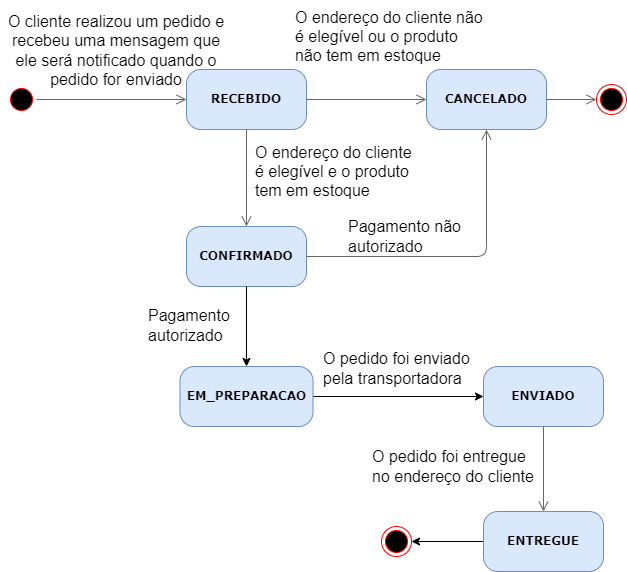
This is cap10/imagens/diagrama-maquina-estado-pedido.png from rpicanco/livro-eda, a draw.io export, as it was before one commit. Source tidied: cells renumbered, new cells last; positions are measured from the earlier drawing's top-left corner, leaving out a move shared by most shapes.
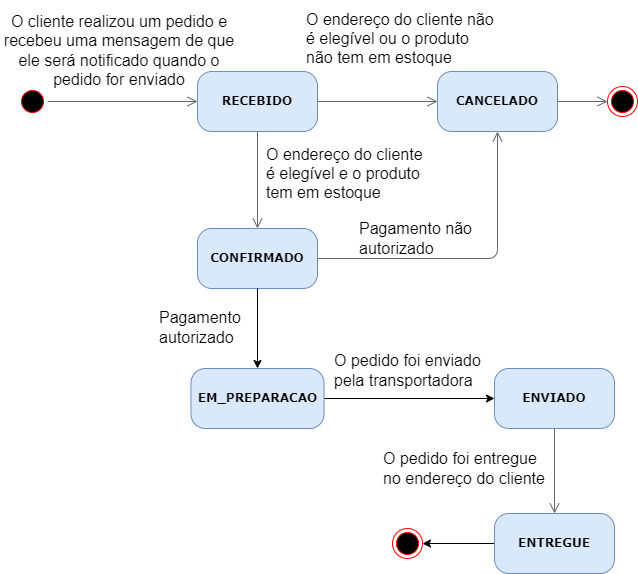
Above is the later version.

What changed in the source:
```diff
@@ -2,9 +2,9 @@
   <root>
     <mxCell id="0" />
     <mxCell id="1" parent="0" />
-    <mxCell id="2" value="&lt;div style=&quot;text-align: center;&quot;&gt;&lt;span style=&quot;background-color: initial;&quot;&gt;&lt;font style=&quot;font-size: 16px;&quot;&gt;O cliente realizou um pedido e recebeu uma mensagem&amp;nbsp;&lt;/font&gt;&lt;/span&gt;&lt;span style=&quot;font-size: 16px; background-color: initial;&quot;&gt;que ele será notificado quando o pedido for enviado&lt;/span&gt;&lt;/div&gt;" style="text;html=1;strokeColor=none;fillColor=none;align=left;verticalAlign=middle;whiteSpace=wrap;rounded=0;" parent="1" vertex="1">
-      <mxGeometry width="230" height="100" as="geometry" />
-    </mxCell>
+    <mxCell id="27" value="&lt;div style=&quot;text-align: center;&quot;&gt;&lt;span style=&quot;background-color: initial;&quot;&gt;&lt;font style=&quot;font-size: 16px;&quot;&gt;O cliente realizou um pedido e recebeu uma mensagem de&amp;nbsp;&lt;/font&gt;&lt;/span&gt;&lt;span style=&quot;font-size: 16px; background-color: initial;&quot;&gt;que ele será notificado quando o pedido for enviado&lt;/span&gt;&lt;/div&gt;" style="text;html=1;strokeColor=none;fillColor=none;align=left;verticalAlign=middle;whiteSpace=wrap;rounded=0;" parent="1" vertex="1">
+      <mxGeometry x="-11" y="-2" width="236" height="100" as="geometry" />
+    </mxCell>
     <mxCell id="3" style="ellipse;html=1;shape=startState;fillColor=#000000;strokeColor=#ff0000;rounded=1;shadow=0;comic=0;labelBackgroundColor=none;fontFamily=Verdana;fontSize=12;fontColor=#000000;align=center;direction=south;" parent="1" vertex="1">
       <mxGeometry x="6" y="84" width="30" height="30" as="geometry" />
     </mxCell>
```
